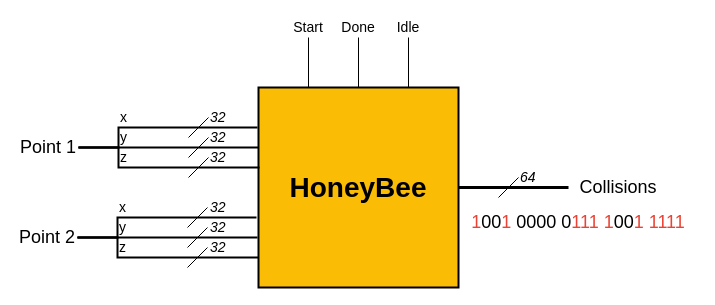
Before: page "HoneyBee" (1 of 6) of Writeups/4_Report/chapters/chapter3/img/HoneyBee.drawio in AnthonyKenny98/Thesis, a draw.io diagram. Source tidied: cells renumbered, new cells numbered last; positions are measured from the earlier drawing's top-left corner, leaving out a move shared by most shapes. Both pictures are drawn from the tidied source at 100%, with x=0, y=0 at pixel (17, 17).
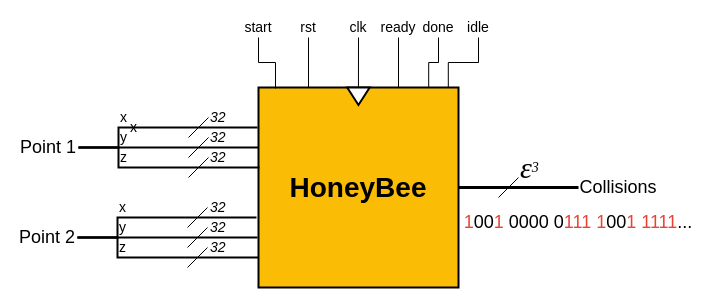
The same diagram, later.

Unchanged cells that the change refers to:
```xml
<mxCell id="3" style="whiteSpace=wrap;html=1;align=left;fillColor=#FBBC05;strokeColor=#000000;strokeWidth=2;fontFamily=Computer Modern;" parent="1" vertex="1">
  <mxGeometry x="241" y="70" width="200" height="200" as="geometry" />
</mxCell>
```

Diff of the diagram source:
```diff
@@
     <mxCell id="5" value="&lt;span style=&quot;font-size: 18px&quot;&gt;Collisions&lt;/span&gt;" style="text;html=1;strokeColor=none;fillColor=none;align=center;verticalAlign=middle;whiteSpace=wrap;rounded=0;fontFamily=Computer Modern;" parent="1" vertex="1">
-      <mxGeometry x="551" y="155" width="100" height="30" as="geometry" />
+      <mxGeometry x="561" y="155" width="80" height="30" as="geometry" />
     </mxCell>
@@
-    <mxCell id="33" value="&lt;span style=&quot;font-size: 14px&quot;&gt;&lt;i&gt;64&lt;/i&gt;&lt;/span&gt;" style="text;html=1;strokeColor=none;fillColor=none;align=left;verticalAlign=middle;whiteSpace=wrap;rounded=0;fontFamily=Computer Modern;fontSize=14;" parent="1" vertex="1">
-      <mxGeometry x="501" y="150" width="20" height="20" as="geometry" />
+    <mxCell id="33" value="&lt;p class=&quot;p1&quot; style=&quot;margin: 0px ; font-stretch: normal ; line-height: normal ; font-family: &amp;#34;times&amp;#34;&quot;&gt;&lt;i&gt;&lt;font style=&quot;font-size: 30px&quot;&gt;ε&lt;/font&gt;&lt;sup&gt;&lt;font style=&quot;font-size: 14px&quot;&gt;3&lt;/font&gt;&lt;/sup&gt;&lt;/i&gt;&lt;/p&gt;" style="text;html=1;strokeColor=none;fillColor=none;align=left;verticalAlign=middle;whiteSpace=wrap;rounded=0;fontFamily=Computer Modern;fontSize=14;" parent="1" vertex="1">
+      <mxGeometry x="501" y="140" width="20" height="20" as="geometry" />
     </mxCell>
-    <mxCell id="34" value="&lt;span style=&quot;font-size: 18px&quot;&gt;&lt;font color=&quot;#ea4335&quot;&gt;1&lt;/font&gt;00&lt;font color=&quot;#ea4335&quot;&gt;1&lt;/font&gt; 0000 0&lt;font color=&quot;#ea4335&quot;&gt;111 1&lt;/font&gt;00&lt;font color=&quot;#ea4335&quot;&gt;1&lt;/font&gt; &lt;font color=&quot;#ea4335&quot;&gt;1111&lt;/font&gt;&lt;/span&gt;" style="text;html=1;strokeColor=none;fillColor=none;align=center;verticalAlign=middle;whiteSpace=wrap;rounded=0;fontFamily=Computer Modern;" parent="1" vertex="1">
+    <mxCell id="34" value="&lt;span style=&quot;font-size: 18px&quot;&gt;&lt;font color=&quot;#ea4335&quot;&gt;1&lt;/font&gt;00&lt;font color=&quot;#ea4335&quot;&gt;1&lt;/font&gt; 0000 0&lt;font color=&quot;#ea4335&quot;&gt;111 1&lt;/font&gt;00&lt;font color=&quot;#ea4335&quot;&gt;1&lt;/font&gt; &lt;font color=&quot;#ea4335&quot;&gt;1111&lt;/font&gt;...&lt;/span&gt;" style="text;html=1;strokeColor=none;fillColor=none;align=center;verticalAlign=middle;whiteSpace=wrap;rounded=0;fontFamily=Computer Modern;" parent="1" vertex="1">
       <mxGeometry x="441" y="190" width="240" height="30" as="geometry" />
     </mxCell>
-    <mxCell id="35" style="edgeStyle=orthogonalEdgeStyle;rounded=0;jettySize=auto;html=1;startArrow=none;startFill=0;endArrow=none;endFill=0;strokeWidth=1;fontFamily=Computer Modern;fontSize=14;entryX=0.25;entryY=0;entryDx=0;entryDy=0;" parent="1" edge="1" source="36" target="3">
+    <mxCell id="35" style="edgeStyle=orthogonalEdgeStyle;rounded=0;jettySize=auto;html=1;startArrow=none;startFill=0;endArrow=none;endFill=0;strokeWidth=1;fontFamily=Computer Modern;fontSize=14;entryX=0.085;entryY=0.005;entryDx=0;entryDy=0;entryPerimeter=0;exitX=0.5;exitY=1;exitDx=0;exitDy=0;" parent="1" edge="1" source="36" target="3">
       <mxGeometry relative="1" as="geometry" />
     </mxCell>
-    <mxCell id="36" value="Start" style="text;html=1;strokeColor=none;fillColor=none;align=center;verticalAlign=middle;whiteSpace=wrap;rounded=0;fontFamily=Computer Modern;fontSize=14;" parent="1" vertex="1">
-      <mxGeometry x="271" width="40" height="20" as="geometry" />
+    <mxCell id="36" value="start" style="text;html=1;strokeColor=none;fillColor=none;align=center;verticalAlign=middle;whiteSpace=wrap;rounded=0;fontFamily=Computer Modern;fontSize=14;" parent="1" vertex="1">
+      <mxGeometry x="221" width="40" height="20" as="geometry" />
     </mxCell>
-    <mxCell id="37" style="edgeStyle=orthogonalEdgeStyle;rounded=0;jettySize=auto;html=1;exitX=0.5;exitY=1;exitDx=0;exitDy=0;entryX=0.5;entryY=0;entryDx=0;entryDy=0;startArrow=none;startFill=0;endArrow=none;endFill=0;strokeWidth=1;fontFamily=Computer Modern;fontSize=14;" parent="1" edge="1" source="38" target="3">
+    <mxCell id="37" style="edgeStyle=orthogonalEdgeStyle;rounded=0;jettySize=auto;html=1;exitX=0.5;exitY=1;exitDx=0;exitDy=0;entryX=0.851;entryY=0.001;entryDx=0;entryDy=0;startArrow=none;startFill=0;endArrow=none;endFill=0;strokeWidth=1;fontFamily=Computer Modern;fontSize=14;entryPerimeter=0;" parent="1" edge="1" source="38" target="3">
       <mxGeometry relative="1" as="geometry" />
     </mxCell>
-    <mxCell id="38" value="Done" style="text;html=1;strokeColor=none;fillColor=none;align=center;verticalAlign=middle;whiteSpace=wrap;rounded=0;fontFamily=Computer Modern;fontSize=14;" parent="1" vertex="1">
-      <mxGeometry x="321" width="40" height="20" as="geometry" />
+    <mxCell id="38" value="done" style="text;html=1;strokeColor=none;fillColor=none;align=center;verticalAlign=middle;whiteSpace=wrap;rounded=0;fontFamily=Computer Modern;fontSize=14;" parent="1" vertex="1">
+      <mxGeometry x="401" width="40" height="20" as="geometry" />
     </mxCell>
-    <mxCell id="39" style="edgeStyle=orthogonalEdgeStyle;rounded=0;jettySize=auto;html=1;startArrow=none;startFill=0;endArrow=none;endFill=0;strokeWidth=1;fontFamily=Computer Modern;fontSize=14;entryX=0.75;entryY=0;entryDx=0;entryDy=0;" parent="1" edge="1" source="40" target="3">
-      <mxGeometry relative="1" as="geometry" />
+    <mxCell id="39" style="edgeStyle=orthogonalEdgeStyle;rounded=0;jettySize=auto;html=1;startArrow=none;startFill=0;endArrow=none;endFill=0;strokeWidth=1;fontFamily=Computer Modern;fontSize=14;entryX=0.949;entryY=-0.001;entryDx=0;entryDy=0;entryPerimeter=0;" parent="1" edge="1" source="40" target="3">
+      <mxGeometry relative="1" as="geometry">
+        <Array as="points">
+          <mxPoint x="461" y="45" />
+          <mxPoint x="431" y="45" />
+        </Array>
+      </mxGeometry>
     </mxCell>
-    <mxCell id="40" value="Idle" style="text;html=1;strokeColor=none;fillColor=none;align=center;verticalAlign=middle;whiteSpace=wrap;rounded=0;fontFamily=Computer Modern;fontSize=14;" parent="1" vertex="1">
-      <mxGeometry x="371" width="40" height="20" as="geometry" />
+    <mxCell id="40" value="idle" style="text;html=1;strokeColor=none;fillColor=none;align=center;verticalAlign=middle;whiteSpace=wrap;rounded=0;fontFamily=Computer Modern;fontSize=14;" parent="1" vertex="1">
+      <mxGeometry x="441" width="40" height="20" as="geometry" />
     </mxCell>
+    <mxCell id="41" style="triangle;whiteSpace=wrap;html=1;strokeColor=#000000;strokeWidth=2;fillColor=#FFFFFF;fontFamily=Computer Modern;fontSize=35;fontColor=#EA4335;align=left;rotation=90;" parent="1" vertex="1">
+      <mxGeometry x="332.2" y="67.5" width="17.5" height="22.5" as="geometry" />
+    </mxCell>
+    <mxCell id="42" style="edgeStyle=orthogonalEdgeStyle;rounded=0;jettySize=auto;html=1;entryX=0;entryY=0.5;entryDx=0;entryDy=0;startArrow=none;startFill=0;endArrow=none;endFill=0;strokeWidth=1;fontFamily=Computer Modern;fontSize=14;exitX=0.5;exitY=1;exitDx=0;exitDy=0;" parent="1" edge="1" source="43" target="41">
+      <mxGeometry relative="1" as="geometry" />
+    </mxCell>
+    <mxCell id="43" value="clk" style="text;html=1;strokeColor=none;fillColor=none;align=center;verticalAlign=middle;whiteSpace=wrap;rounded=0;fontFamily=Computer Modern;fontSize=14;" parent="1" vertex="1">
+      <mxGeometry x="321" width="40" height="20" as="geometry" />
+    </mxCell>
+    <mxCell id="44" style="edgeStyle=orthogonalEdgeStyle;rounded=0;jettySize=auto;html=1;startArrow=none;startFill=0;endArrow=none;endFill=0;strokeWidth=1;fontFamily=Computer Modern;fontSize=14;entryX=0.25;entryY=0;entryDx=0;entryDy=0;exitX=0.5;exitY=1;exitDx=0;exitDy=0;" parent="1" edge="1" source="45" target="3">
+      <mxGeometry relative="1" as="geometry" />
+    </mxCell>
+    <mxCell id="45" value="rst" style="text;html=1;strokeColor=none;fillColor=none;align=center;verticalAlign=middle;whiteSpace=wrap;rounded=0;fontFamily=Computer Modern;fontSize=14;" parent="1" vertex="1">
+      <mxGeometry x="271" width="40" height="20" as="geometry" />
+    </mxCell>
+    <mxCell id="46" style="edgeStyle=orthogonalEdgeStyle;rounded=0;jettySize=auto;html=1;exitX=0.5;exitY=1;exitDx=0;exitDy=0;entryX=0.7;entryY=-0.001;entryDx=0;entryDy=0;labelBackgroundColor=none;endArrow=none;endFill=0;strokeColor=#000000;strokeWidth=1;fillColor=#FBBC05;fontFamily=Computer Modern;fontSize=35;fontColor=#EA4335;entryPerimeter=0;" parent="1" edge="1" source="47" target="3">
+      <mxGeometry relative="1" as="geometry" />
+    </mxCell>
+    <mxCell id="47" value="ready" style="text;html=1;strokeColor=none;fillColor=none;align=center;verticalAlign=middle;whiteSpace=wrap;rounded=0;fontFamily=Computer Modern;fontSize=14;" parent="1" vertex="1">
+      <mxGeometry x="361" width="40" height="20" as="geometry" />
+    </mxCell>
+    <mxCell id="48" value="&lt;span style=&quot;font-size: 14px;&quot;&gt;x&lt;/span&gt;" style="text;html=1;strokeColor=none;fillColor=none;align=left;verticalAlign=middle;whiteSpace=wrap;rounded=0;fontFamily=Computer Modern;fontSize=14;" parent="1" vertex="1">
+      <mxGeometry x="111" y="100" width="30" height="20" as="geometry" />
+    </mxCell>
```
